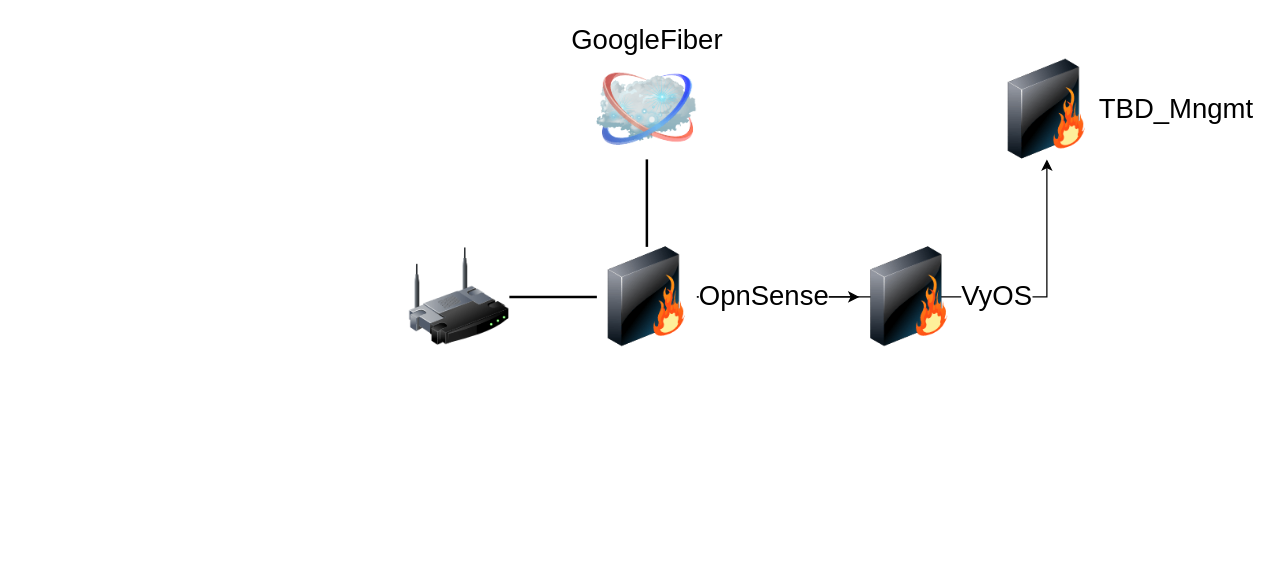
Earlier version of the draw.io diagram home_network.drawio (thedmpd/Linux-Unix). Source tidied: cells renumbered, new cells numbered last; positions are measured from the earlier drawing's top-left corner, leaving out a move shared by most shapes. Both pictures are drawn from the tidied source at 125%, with x=0, y=0 at pixel (409, 59).
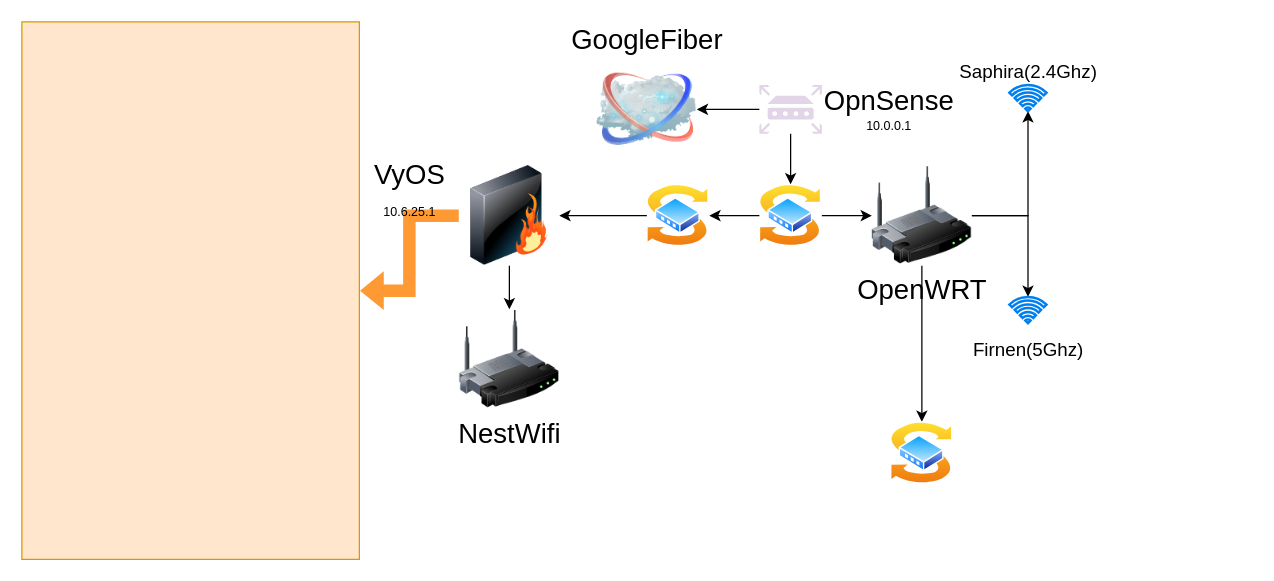
After the change.

Unchanged cells that the change refers to:
```xml
<mxCell id="4" value="&lt;div&gt;GoogleFiber&lt;/div&gt;" style="image;html=1;labelBackgroundColor=#ffffff;image=img/lib/clip_art/networking/Cloud_128x128.png;rounded=1;shadow=0;comic=0;strokeWidth=2;fontSize=22;labelPosition=center;verticalLabelPosition=top;align=center;verticalAlign=bottom;" parent="1" vertex="1">
  <mxGeometry x="150" width="80" height="80" as="geometry" />
</mxCell>
```

Change to the diagram source:
```diff
@@
-    <mxCell id="2" style="edgeStyle=none;rounded=0;html=1;labelBackgroundColor=none;endArrow=none;strokeWidth=2;fontFamily=Verdana;fontSize=22;" parent="1" edge="1" source="3" target="8">
-      <mxGeometry relative="1" as="geometry" />
-    </mxCell>
-    <mxCell id="3" style="image;html=1;labelBackgroundColor=#ffffff;image=img/lib/clip_art/networking/Wireless_Router_128x128.png;rounded=1;shadow=0;comic=0;strokeWidth=2;fontSize=22;" parent="1" vertex="1">
-      <mxGeometry y="150" width="80" height="80" as="geometry" />
-    </mxCell>
+    <mxCell id="11" style="edgeStyle=orthogonalEdgeStyle;rounded=0;jettySize=auto;html=1;fontSize=22;" parent="1" edge="1" source="14" target="27">
+      <mxGeometry relative="1" as="geometry" />
+    </mxCell>
+    <mxCell id="12" style="edgeStyle=orthogonalEdgeStyle;rounded=0;jettySize=auto;html=1;fontSize=22;" parent="1" edge="1" source="14" target="28">
+      <mxGeometry relative="1" as="geometry" />
+    </mxCell>
+    <mxCell id="13" style="edgeStyle=orthogonalEdgeStyle;rounded=0;jettySize=auto;html=1;fontSize=15;" parent="1" edge="1" source="14" target="29">
+      <mxGeometry relative="1" as="geometry" />
+    </mxCell>
+    <mxCell id="14" value="OpenWRT" style="image;html=1;image=img/lib/clip_art/networking/Wireless_Router_128x128.png;noLabel=0;direction=east;labelPosition=center;verticalLabelPosition=bottom;align=center;verticalAlign=top;fontSize=22;labelBackgroundColor=none;" parent="1" vertex="1">
+      <mxGeometry x="370" y="85" width="80" height="80" as="geometry" />
+    </mxCell>
@@
-    <mxCell id="5" style="edgeStyle=none;rounded=0;html=1;labelBackgroundColor=none;endArrow=none;strokeWidth=2;fontFamily=Verdana;fontSize=22;" parent="1" edge="1" source="8" target="4">
-      <mxGeometry relative="1" as="geometry" />
-    </mxCell>
-    <mxCell id="6" style="edgeStyle=orthogonalEdgeStyle;rounded=0;jettySize=auto;html=1;" parent="1" edge="1" source="8" target="9">
-      <mxGeometry relative="1" as="geometry" />
-    </mxCell>
-    <mxCell id="7" style="edgeStyle=orthogonalEdgeStyle;rounded=0;jettySize=auto;html=1;" parent="1" edge="1" source="8" target="10">
-      <mxGeometry relative="1" as="geometry" />
-    </mxCell>
-    <mxCell id="8" value="&lt;div&gt;OpnSense&lt;/div&gt;" style="image;html=1;labelBackgroundColor=#ffffff;image=img/lib/clip_art/networking/Firewall_128x128.png;rounded=1;shadow=0;comic=0;strokeWidth=2;fontSize=22;labelPosition=right;verticalLabelPosition=middle;align=left;verticalAlign=middle;" parent="1" vertex="1">
-      <mxGeometry x="150" y="150" width="80" height="80" as="geometry" />
-    </mxCell>
-    <mxCell id="9" value="TBD_Mngmt" style="image;html=1;labelBackgroundColor=#ffffff;image=img/lib/clip_art/networking/Firewall_128x128.png;rounded=1;shadow=0;comic=0;strokeWidth=2;fontSize=22;labelPosition=right;verticalLabelPosition=middle;align=left;verticalAlign=middle;" parent="1" vertex="1">
-      <mxGeometry x="470" width="80" height="80" as="geometry" />
-    </mxCell>
-    <mxCell id="10" value="&lt;div&gt;VyOS&lt;/div&gt;" style="image;html=1;labelBackgroundColor=#ffffff;image=img/lib/clip_art/networking/Firewall_128x128.png;rounded=1;shadow=0;comic=0;strokeWidth=2;fontSize=22;labelPosition=right;verticalLabelPosition=middle;align=left;verticalAlign=middle;" parent="1" vertex="1">
-      <mxGeometry x="360" y="150" width="80" height="80" as="geometry" />
-    </mxCell>
+    <mxCell id="15" style="edgeStyle=orthogonalEdgeStyle;rounded=0;jettySize=auto;html=1;" parent="1" edge="1" source="17" target="14">
+      <mxGeometry relative="1" as="geometry" />
+    </mxCell>
+    <mxCell id="16" style="edgeStyle=orthogonalEdgeStyle;rounded=0;jettySize=auto;html=1;fontSize=15;" parent="1" edge="1" source="17" target="25">
+      <mxGeometry relative="1" as="geometry" />
+    </mxCell>
+    <mxCell id="17" style="perimeter=ellipsePerimeter;html=1;align=center;shadow=0;dashed=0;spacingTop=3;image;image=img/lib/active_directory/switch.svg;" parent="1" vertex="1">
+      <mxGeometry x="280" y="100" width="50" height="50" as="geometry" />
+    </mxCell>
+    <mxCell id="18" style="edgeStyle=orthogonalEdgeStyle;rounded=0;jettySize=auto;html=1;fontSize=22;" parent="1" edge="1" source="20" target="17">
+      <mxGeometry relative="1" as="geometry" />
+    </mxCell>
+    <mxCell id="19" style="edgeStyle=orthogonalEdgeStyle;rounded=0;jettySize=auto;html=1;fontSize=22;" parent="1" edge="1" source="20" target="4">
+      <mxGeometry relative="1" as="geometry" />
+    </mxCell>
+    <mxCell id="20" value="&lt;div&gt;OpnSense&lt;/div&gt;&lt;div style=&quot;font-size: 10px&quot; align=&quot;center&quot;&gt;10.0.0.1&lt;br&gt;&lt;/div&gt;" style="shadow=0;dashed=0;html=1;labelPosition=right;verticalLabelPosition=middle;verticalAlign=middle;align=left;fillColor=#e1d5e7;shape=mxgraph.mscae.enterprise.router;fontSize=22;labelBackgroundColor=none;strokeColor=none;" parent="1" vertex="1">
+      <mxGeometry x="280" y="20.5" width="50" height="39" as="geometry" />
+    </mxCell>
+    <mxCell id="21" style="edgeStyle=orthogonalEdgeStyle;rounded=0;jettySize=auto;html=1;fontSize=15;" parent="1" edge="1" source="23" target="26">
+      <mxGeometry relative="1" as="geometry" />
+    </mxCell>
+    <mxCell id="22" style="edgeStyle=orthogonalEdgeStyle;rounded=0;jettySize=auto;html=1;fontSize=15;shape=flexArrow;strokeColor=none;fillColor=#FF9933;" parent="1" edge="1" source="23" target="30">
+      <mxGeometry relative="1" as="geometry" />
+    </mxCell>
+    <mxCell id="23" value="&lt;div align=&quot;center&quot;&gt;VyOS&lt;font style=&quot;font-size: 10px&quot;&gt;&lt;br&gt;&lt;/font&gt;&lt;/div&gt;&lt;div align=&quot;center&quot;&gt;&lt;font style=&quot;font-size: 10px&quot;&gt;10.6.25.1&lt;/font&gt;&lt;/div&gt;&lt;div style=&quot;font-size: 10px&quot; align=&quot;center&quot;&gt;&lt;br&gt;&lt;/div&gt;&lt;div align=&quot;center&quot;&gt;&lt;br&gt;&lt;/div&gt;" style="image;html=1;image=img/lib/clip_art/networking/Firewall_128x128.png;labelBackgroundColor=none;fontSize=22;labelPosition=left;verticalLabelPosition=middle;align=center;verticalAlign=middle;" parent="1" vertex="1">
+      <mxGeometry x="40" y="85" width="80" height="80" as="geometry" />
+    </mxCell>
+    <mxCell id="24" style="edgeStyle=orthogonalEdgeStyle;rounded=0;jettySize=auto;html=1;fontSize=15;" parent="1" edge="1" source="25" target="23">
+      <mxGeometry relative="1" as="geometry" />
+    </mxCell>
+    <mxCell id="25" style="perimeter=ellipsePerimeter;html=1;align=center;shadow=0;dashed=0;spacingTop=3;image;image=img/lib/active_directory/switch.svg;labelBackgroundColor=none;fontSize=22;" parent="1" vertex="1">
+      <mxGeometry x="190" y="100" width="50" height="50" as="geometry" />
+    </mxCell>
+    <mxCell id="26" value="&lt;div&gt;NestWifi&lt;/div&gt;" style="image;html=1;image=img/lib/clip_art/networking/Wireless_Router_128x128.png;labelBackgroundColor=none;fontSize=22;" parent="1" vertex="1">
+      <mxGeometry x="40" y="200" width="80" height="80" as="geometry" />
+    </mxCell>
+    <mxCell id="27" value="&lt;div style=&quot;font-size: 15px;&quot;&gt;Saphira(2.4Ghz)&lt;/div&gt;" style="html=1;verticalLabelPosition=top;align=center;labelBackgroundColor=#ffffff;verticalAlign=bottom;strokeWidth=2;strokeColor=#0080F0;shadow=0;dashed=0;shape=mxgraph.ios7.icons.wifi;fontSize=15;labelPosition=center;" parent="1" vertex="1">
+      <mxGeometry x="480" y="20.5" width="29.7" height="21" as="geometry" />
+    </mxCell>
+    <mxCell id="28" value="&lt;font style=&quot;font-size: 15px&quot;&gt;Firnen(5Ghz)&lt;/font&gt;" style="html=1;verticalLabelPosition=bottom;align=center;labelBackgroundColor=#ffffff;verticalAlign=top;strokeWidth=2;strokeColor=#0080F0;shadow=0;dashed=0;shape=mxgraph.ios7.icons.wifi;fontSize=22;" parent="1" vertex="1">
+      <mxGeometry x="480" y="190" width="29.7" height="21" as="geometry" />
+    </mxCell>
+    <mxCell id="29" style="perimeter=ellipsePerimeter;html=1;align=center;shadow=0;dashed=0;spacingTop=3;image;image=img/lib/active_directory/switch.svg;labelBackgroundColor=none;fontSize=15;" parent="1" vertex="1">
+      <mxGeometry x="385" y="290" width="50" height="50" as="geometry" />
+    </mxCell>
+    <mxCell id="30" style="whiteSpace=wrap;html=1;fontSize=22;fillColor=#ffe6cc;strokeColor=#d79b00;" parent="1" vertex="1">
+      <mxGeometry x="-310" y="-30" width="270" height="430" as="geometry" />
+    </mxCell>
```
